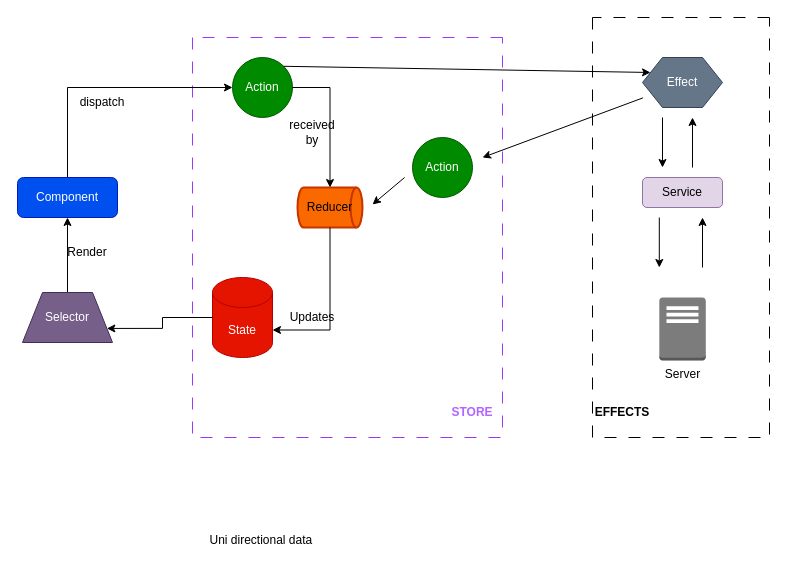
Earlier version of the draw.io diagram page "Page-3" (3 of 3) of component-data-flow.drawio (randhawagagan/diagrams). Source tidied: cells renumbered, new cells numbered last; positions are measured from the earlier drawing's top-left corner, leaving out a move shared by most shapes. Both pictures are drawn from the tidied source at 100%, with x=0, y=0 at pixel (17, 17).
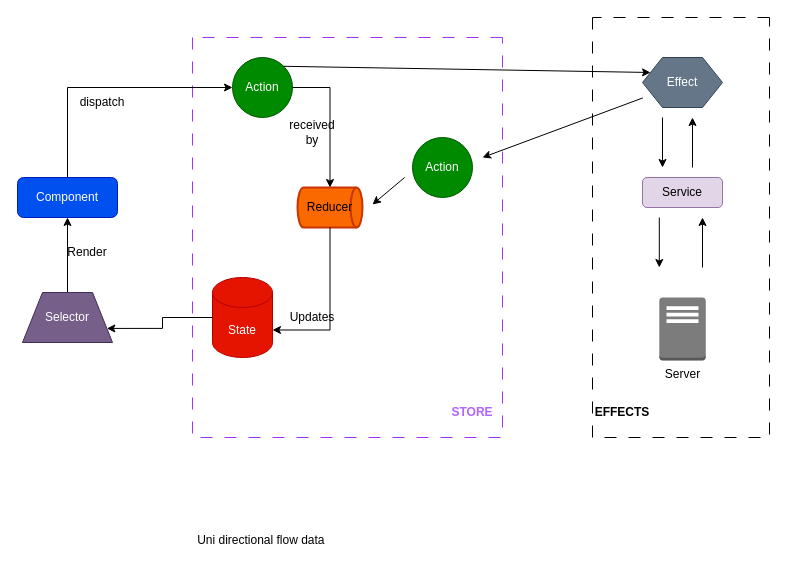
Above is the later version.

The edit, as a diff of the source:
```diff
@@
-    <mxCell id="31" value="Uni directional data&amp;nbsp;" style="text;html=1;align=center;verticalAlign=middle;strokeColor=none;fillColor=none;" parent="1" vertex="1">
-      <mxGeometry x="180" y="508" width="130" height="30" as="geometry" />
+    <mxCell id="31" value="Uni directional flow data&amp;nbsp;" style="text;html=1;align=center;verticalAlign=middle;strokeColor=none;fillColor=none;" parent="1" vertex="1">
+      <mxGeometry x="170" y="508" width="150" height="30" as="geometry" />
     </mxCell>
```
